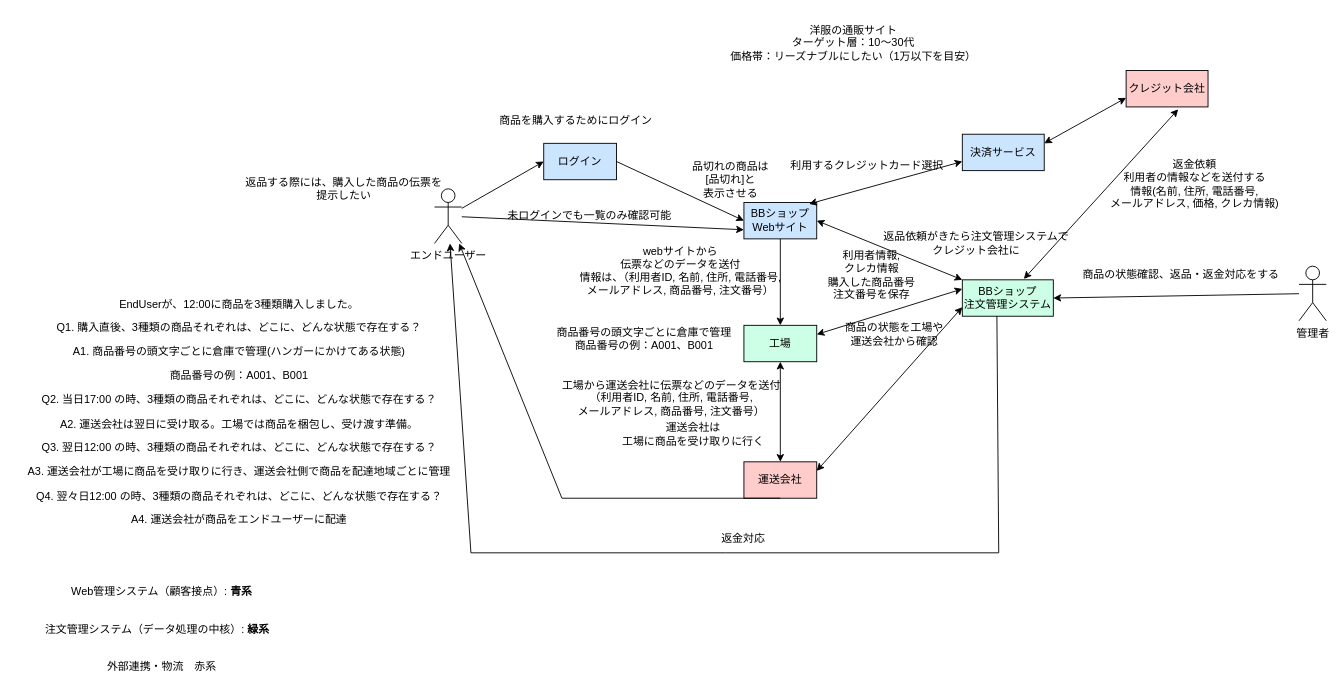
Above: group/mail order/BBショップ２.drawio in YoshinagaSho/ohara_uml (draw.io), before the change. Source tidied: cells renumbered, new cells numbered last; positions are measured from the earlier drawing's top-left corner, leaving out a move shared by most shapes. Both pictures are drawn from the tidied source at 91%, with x=0, y=0 at pixel (15, 15).
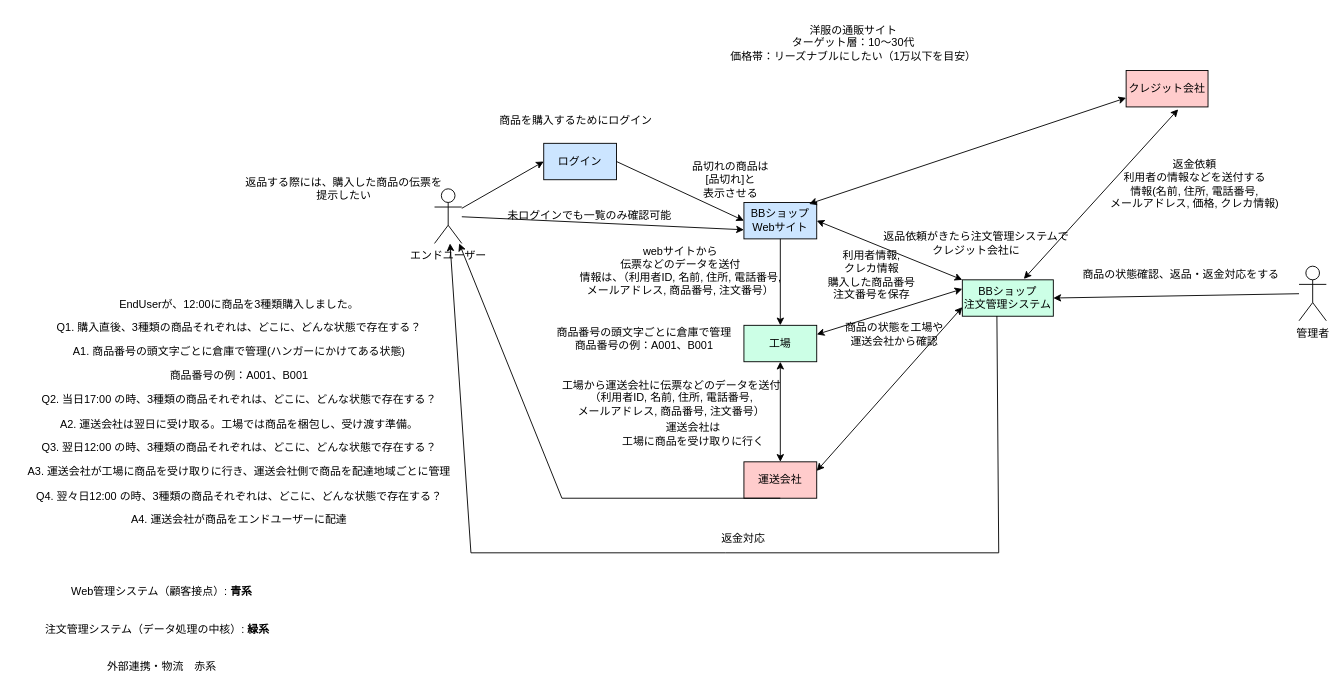
The same page after the edit.

Unchanged cells that the change refers to:
```xml
<mxCell id="7" value="BBショップ&lt;br&gt;Webサイト" style="rounded=0;whiteSpace=wrap;html=1;fillColor=#CCE5FF;" parent="1" vertex="1">
  <mxGeometry x="800" y="205" width="80" height="40" as="geometry" />
</mxCell>
<mxCell id="25" value="クレジット会社" style="rounded=0;whiteSpace=wrap;html=1;fillColor=#FFCCCC;" parent="1" vertex="1">
  <mxGeometry x="1220" y="60" width="90" height="40" as="geometry" />
</mxCell>
```

The edit, as a diff of the source:
```diff
@@
-    <mxCell id="27" value="決済サービス" style="rounded=0;whiteSpace=wrap;html=1;fillColor=#CCE5FF;" parent="1" vertex="1">
-      <mxGeometry x="1040" y="130" width="90" height="40" as="geometry" />
-    </mxCell>
-    <mxCell id="28" style="endArrow=classic;startArrow=classic;html=1;rounded=0;entryX=0;entryY=0.75;entryDx=0;entryDy=0;exitX=0.895;exitY=0.04;exitDx=0;exitDy=0;exitPerimeter=0;" parent="1" edge="1" source="7" target="27">
+    <mxCell id="28" style="endArrow=classic;startArrow=classic;html=1;rounded=0;entryX=0;entryY=0.75;entryDx=0;entryDy=0;exitX=0.895;exitY=0.04;exitDx=0;exitDy=0;exitPerimeter=0;" parent="1" edge="1" source="7" target="25">
       <mxGeometry relative="1" as="geometry" />
     </mxCell>
-    <mxCell id="29" value="利用するクレジットカード選択" style="text;html=1;align=center;verticalAlign=middle;strokeColor=none;fillColor=none;" parent="1" vertex="1">
-      <mxGeometry x="840" y="150" width="190" height="30" as="geometry" />
-    </mxCell>
-    <mxCell id="30" style="endArrow=classic;startArrow=classic;html=1;rounded=0;entryX=0;entryY=0.75;entryDx=0;entryDy=0;exitX=1;exitY=0.25;exitDx=0;exitDy=0;" parent="1" edge="1" source="27" target="25">
-      <mxGeometry relative="1" as="geometry" />
-    </mxCell>
```
